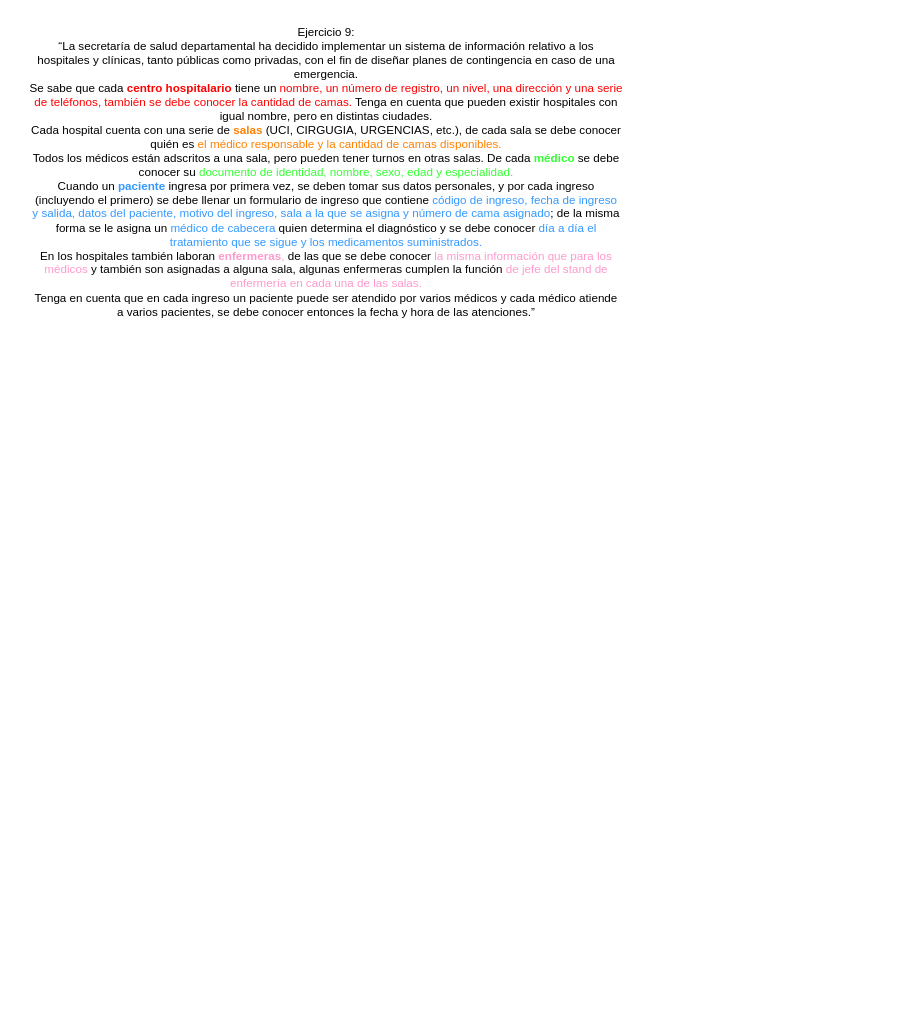
Cris25nkl/DIAGRAMS_BD keeps this draw.io diagram as page "Página-5" (5 of 5) of Diagrama sin título.drawio. Above is the earlier version. Source tidied: cells renumbered, new cells numbered last; positions are measured from the earlier drawing's top-left corner, leaving out a move shared by most shapes. Both pictures are drawn from the tidied source at 106%, with x=0, y=0 at pixel (18, 18).
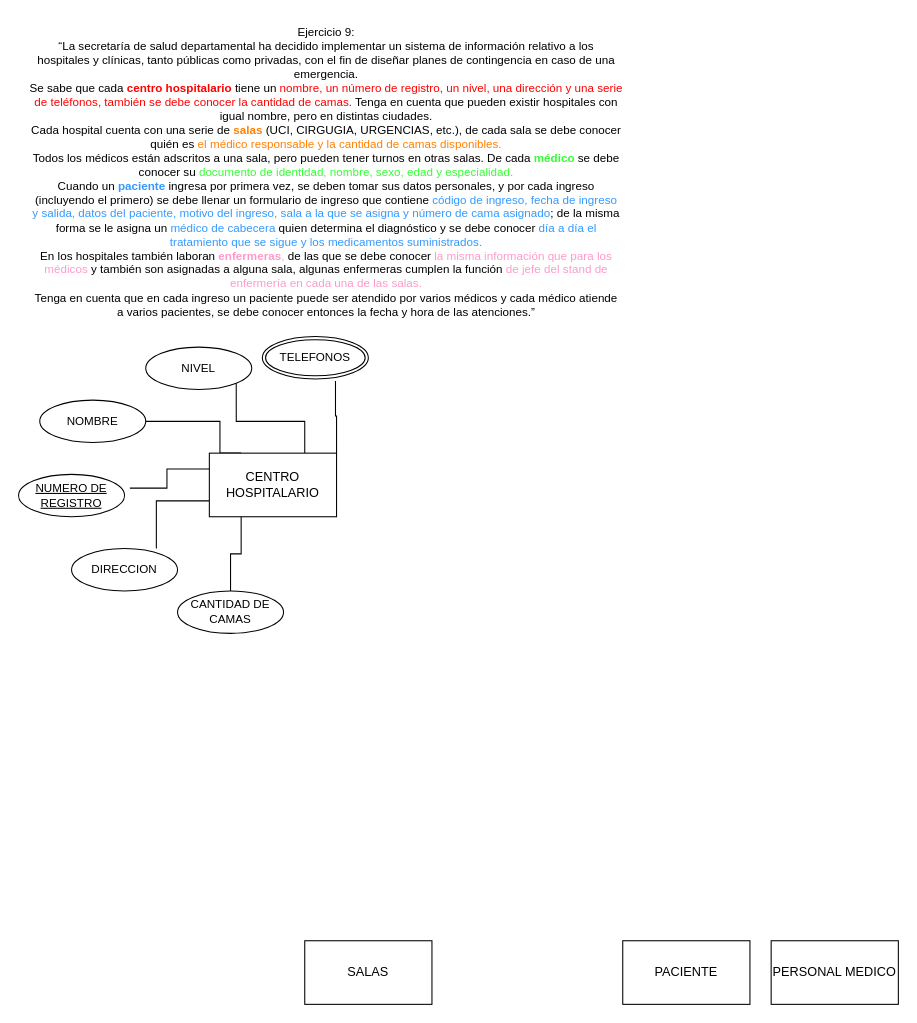
The same page after the edit.

Change to the diagram source:
```diff
@@
+    <mxCell id="3" style="edgeStyle=orthogonalEdgeStyle;shape=connector;rounded=0;jettySize=auto;html=1;exitX=1;exitY=0;exitDx=0;exitDy=0;entryX=0.69;entryY=1.05;entryDx=0;entryDy=0;entryPerimeter=0;labelBackgroundColor=default;strokeColor=default;fontFamily=Helvetica;fontSize=11;fontColor=default;endArrow=none;endFill=0;" parent="1" edge="1" source="9" target="17">
+      <mxGeometry relative="1" as="geometry" />
+    </mxCell>
+    <mxCell id="4" style="edgeStyle=orthogonalEdgeStyle;shape=connector;rounded=0;jettySize=auto;html=1;exitX=0.75;exitY=0;exitDx=0;exitDy=0;entryX=1;entryY=1;entryDx=0;entryDy=0;labelBackgroundColor=default;strokeColor=default;fontFamily=Helvetica;fontSize=11;fontColor=default;endArrow=none;endFill=0;" parent="1" edge="1" source="9" target="15">
+      <mxGeometry relative="1" as="geometry" />
+    </mxCell>
+    <mxCell id="5" style="edgeStyle=orthogonalEdgeStyle;shape=connector;rounded=0;jettySize=auto;html=1;exitX=0.25;exitY=0;exitDx=0;exitDy=0;entryX=1;entryY=0.5;entryDx=0;entryDy=0;labelBackgroundColor=default;strokeColor=default;fontFamily=Helvetica;fontSize=11;fontColor=default;endArrow=none;endFill=0;" parent="1" edge="1" source="9" target="13">
+      <mxGeometry relative="1" as="geometry">
+        <Array as="points">
+          <mxPoint x="190" y="410" />
+          <mxPoint x="190" y="380" />
+        </Array>
+      </mxGeometry>
+    </mxCell>
+    <mxCell id="6" style="edgeStyle=orthogonalEdgeStyle;shape=connector;rounded=0;jettySize=auto;html=1;exitX=0;exitY=0.25;exitDx=0;exitDy=0;entryX=1.05;entryY=0.325;entryDx=0;entryDy=0;entryPerimeter=0;labelBackgroundColor=default;strokeColor=default;fontFamily=Helvetica;fontSize=11;fontColor=default;endArrow=none;endFill=0;" parent="1" edge="1" source="9" target="14">
+      <mxGeometry relative="1" as="geometry" />
+    </mxCell>
+    <mxCell id="7" style="edgeStyle=orthogonalEdgeStyle;shape=connector;rounded=0;jettySize=auto;html=1;exitX=0;exitY=0.75;exitDx=0;exitDy=0;entryX=0.8;entryY=0;entryDx=0;entryDy=0;entryPerimeter=0;labelBackgroundColor=default;strokeColor=default;fontFamily=Helvetica;fontSize=11;fontColor=default;endArrow=none;endFill=0;" parent="1" edge="1" source="9" target="16">
+      <mxGeometry relative="1" as="geometry" />
+    </mxCell>
+    <mxCell id="8" style="edgeStyle=orthogonalEdgeStyle;shape=connector;rounded=0;jettySize=auto;html=1;exitX=0.25;exitY=1;exitDx=0;exitDy=0;labelBackgroundColor=default;strokeColor=default;fontFamily=Helvetica;fontSize=11;fontColor=default;endArrow=none;endFill=0;" parent="1" edge="1" source="9" target="18">
+      <mxGeometry relative="1" as="geometry" />
+    </mxCell>
+    <mxCell id="9" value="CENTRO HOSPITALARIO" style="whiteSpace=wrap;html=1;" parent="1" vertex="1">
+      <mxGeometry x="180" y="410" width="120" height="60" as="geometry" />
+    </mxCell>
+    <mxCell id="10" value="SALAS" style="whiteSpace=wrap;html=1;" parent="1" vertex="1">
+      <mxGeometry x="270" y="870" width="120" height="60" as="geometry" />
+    </mxCell>
+    <mxCell id="11" value="PACIENTE" style="whiteSpace=wrap;html=1;" parent="1" vertex="1">
+      <mxGeometry x="570" y="870" width="120" height="60" as="geometry" />
+    </mxCell>
+    <mxCell id="12" value="PERSONAL MEDICO" style="whiteSpace=wrap;html=1;" parent="1" vertex="1">
+      <mxGeometry x="710" y="870" width="120" height="60" as="geometry" />
+    </mxCell>
+    <mxCell id="13" value="NOMBRE" style="ellipse;whiteSpace=wrap;html=1;align=center;fontFamily=Helvetica;fontSize=11;fontColor=default;" parent="1" vertex="1">
+      <mxGeometry x="20" y="360" width="100" height="40" as="geometry" />
+    </mxCell>
+    <mxCell id="14" value="NUMERO DE REGISTRO" style="ellipse;whiteSpace=wrap;html=1;align=center;fontStyle=4;fontFamily=Helvetica;fontSize=11;fontColor=default;" parent="1" vertex="1">
+      <mxGeometry y="430" width="100" height="40" as="geometry" />
+    </mxCell>
+    <mxCell id="15" value="NIVEL" style="ellipse;whiteSpace=wrap;html=1;align=center;fontFamily=Helvetica;fontSize=11;fontColor=default;" parent="1" vertex="1">
+      <mxGeometry x="120" y="310" width="100" height="40" as="geometry" />
+    </mxCell>
+    <mxCell id="16" value="DIRECCION" style="ellipse;whiteSpace=wrap;html=1;align=center;fontFamily=Helvetica;fontSize=11;fontColor=default;" parent="1" vertex="1">
+      <mxGeometry x="50" y="500" width="100" height="40" as="geometry" />
+    </mxCell>
+    <mxCell id="17" value="TELEFONOS" style="ellipse;shape=doubleEllipse;margin=3;whiteSpace=wrap;html=1;align=center;fontFamily=Helvetica;fontSize=11;fontColor=default;" parent="1" vertex="1">
+      <mxGeometry x="230" y="300" width="100" height="40" as="geometry" />
+    </mxCell>
+    <mxCell id="18" value="CANTIDAD DE CAMAS" style="ellipse;whiteSpace=wrap;html=1;align=center;fontFamily=Helvetica;fontSize=11;fontColor=default;" parent="1" vertex="1">
+      <mxGeometry x="150" y="540" width="100" height="40" as="geometry" />
+    </mxCell>
```
